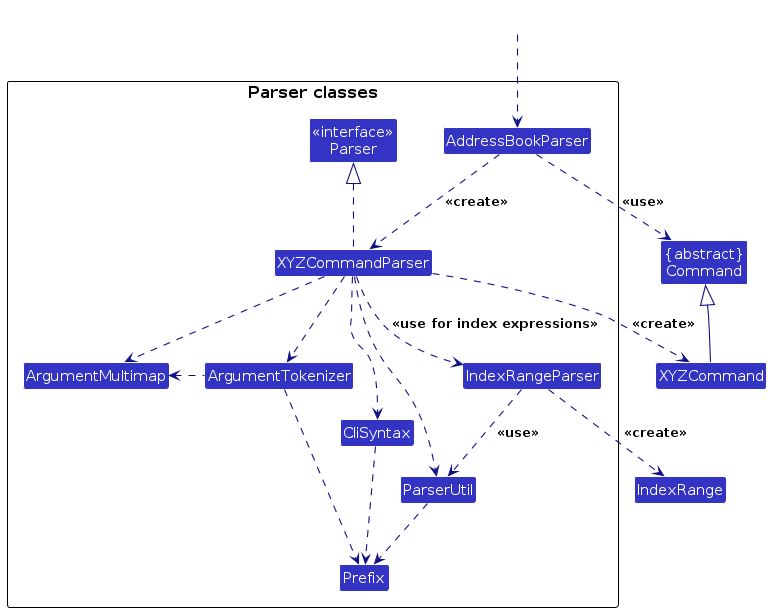
Above: diagrams/ParserClasses.png in AY2627S1-CS2103T-T11-2/tp (PlantUML), before the change. Its source is kept beside it as diagrams/ParserClasses.puml.
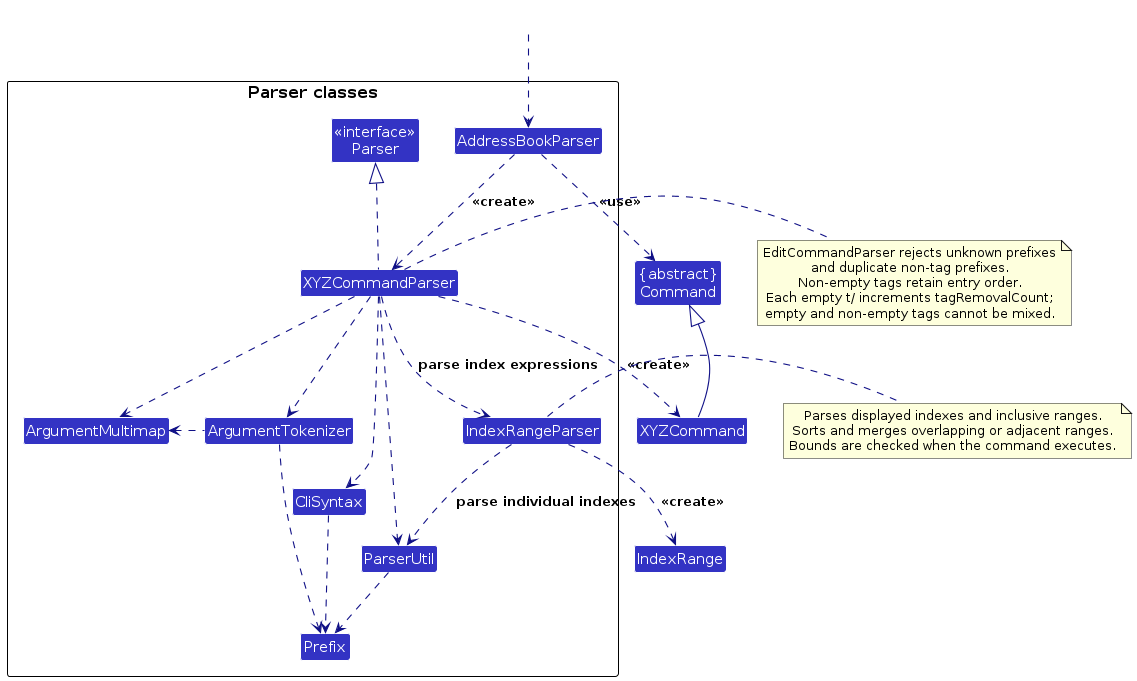
The same diagram one commit later.

Diff of the diagram source:
```diff
@@ -34,9 +34,23 @@
 XYZCommandParser ..> CliSyntax
 CliSyntax ..> Prefix
 XYZCommandParser ..> ParserUtil
-XYZCommandParser ..> IndexRangeParser : <<use for index expressions>>
-IndexRangeParser ..> ParserUtil : <<use>>
+XYZCommandParser ..> IndexRangeParser : parse index expressions
+IndexRangeParser ..> ParserUtil : parse individual indexes
 IndexRangeParser ..> IndexRange : <<create>>
+
+note right of XYZCommandParser
+  EditCommandParser rejects unknown prefixes
+  and duplicate non-tag prefixes.
+  Non-empty tags retain entry order.
+  Each empty t/ increments tagRemovalCount;
+  empty and non-empty tags cannot be mixed.
+end note
+
+note right of IndexRangeParser
+  Parses displayed indexes and inclusive ranges.
+  Sorts and merges overlapping or adjacent ranges.
+  Bounds are checked when the command executes.
+end note
 ParserUtil .down.> Prefix
 ArgumentTokenizer .down.> Prefix
 XYZCommand -up-|> Command
```
